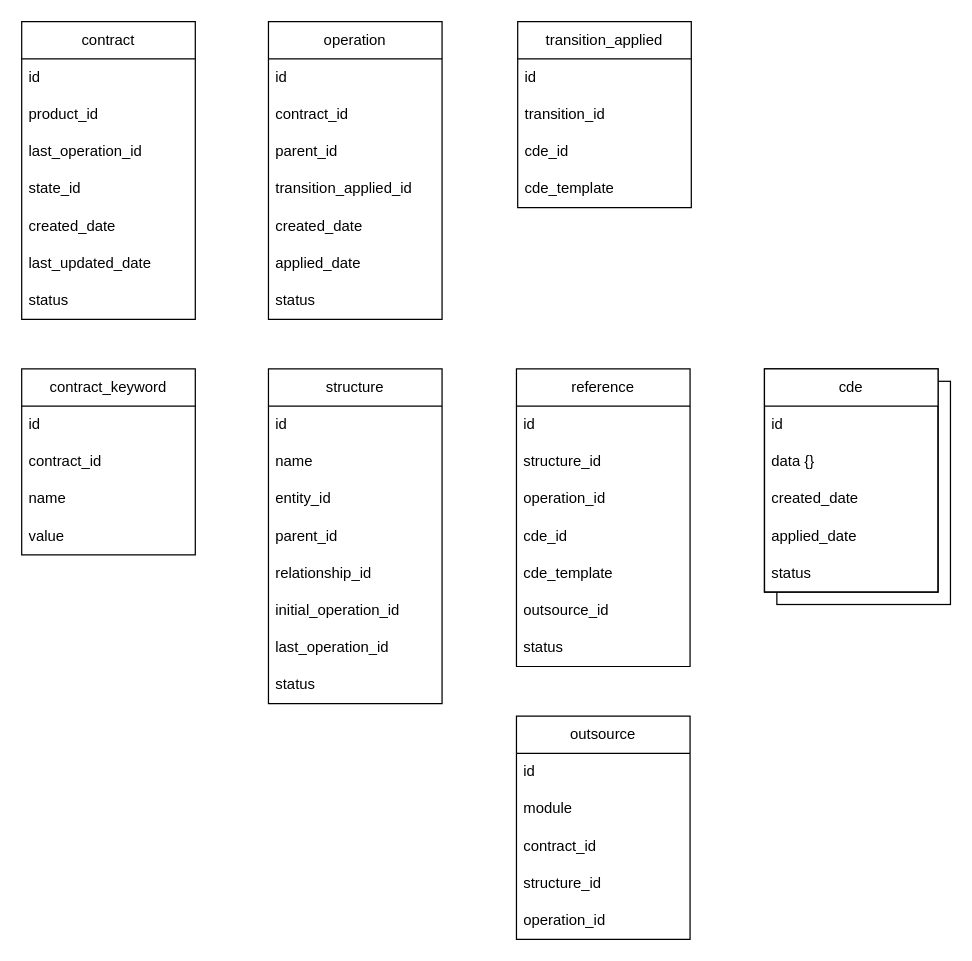
Before: page "contract-tables" (2 of 9) of event.drawio in saman-core/docs, a draw.io diagram. Source tidied: cells renumbered, new cells numbered last; positions are measured from the earlier drawing's top-left corner, leaving out a move shared by most shapes. Both pictures are drawn from the tidied source at 124%, with x=0, y=0 at pixel (21, 21).
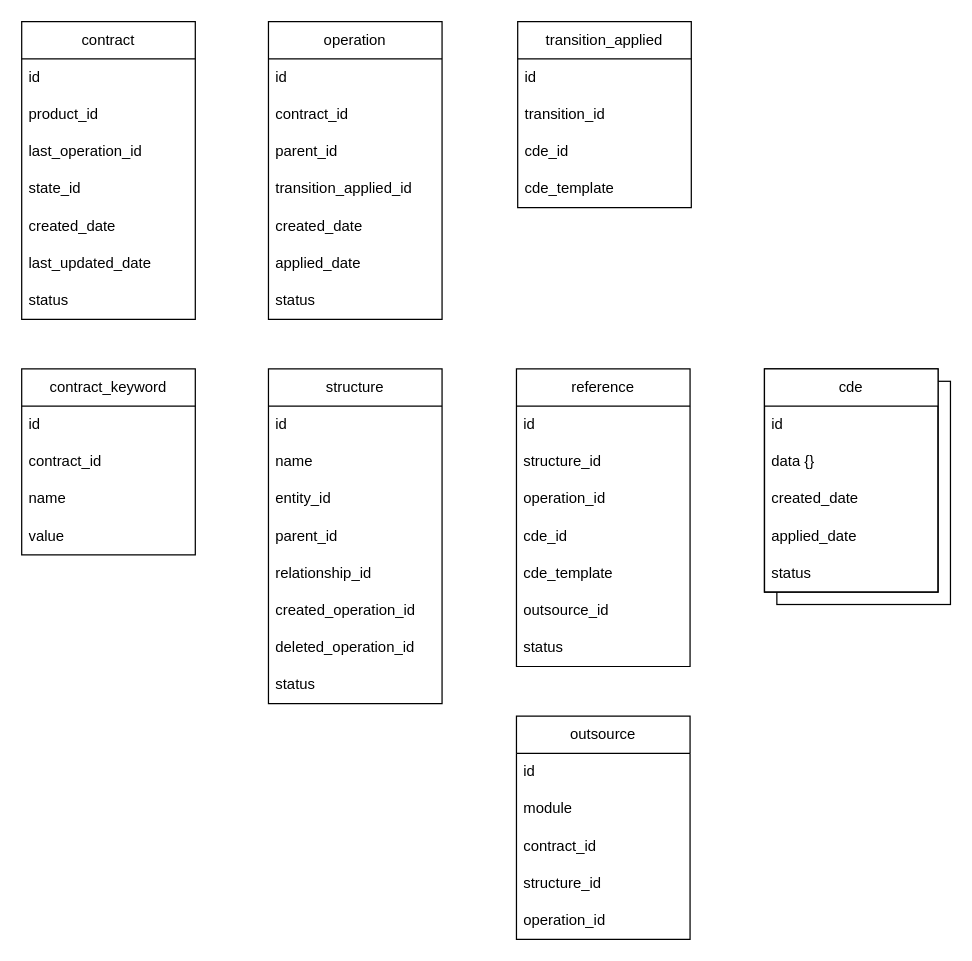
After the change.

The change refers to these unchanged cells:
```xml
<mxCell id="44" value="&lt;span style=&quot;text-align: left;&quot;&gt;structure&lt;/span&gt;" style="swimlane;fontStyle=0;horizontal=1;startSize=30;whiteSpace=wrap;html=1;" parent="1" vertex="1">
  <mxGeometry x="199" y="280" width="140" height="270" as="geometry" />
</mxCell>
```

Diff of the diagram source:
```diff
@@
-    <mxCell id="50" value="initial_operation_id" style="text;strokeColor=none;fillColor=none;align=left;verticalAlign=middle;spacingLeft=4;spacingRight=4;overflow=hidden;whiteSpace=wrap;html=1;" parent="44" vertex="1">
+    <mxCell id="50" value="created_operation_id" style="text;strokeColor=none;fillColor=none;align=left;verticalAlign=middle;spacingLeft=4;spacingRight=4;overflow=hidden;whiteSpace=wrap;html=1;" parent="44" vertex="1">
       <mxGeometry y="180" width="140" height="30" as="geometry" />
     </mxCell>
-    <mxCell id="51" value="last_operation_id" style="text;strokeColor=none;fillColor=none;align=left;verticalAlign=middle;spacingLeft=4;spacingRight=4;overflow=hidden;whiteSpace=wrap;html=1;" parent="44" vertex="1">
+    <mxCell id="51" value="deleted_operation_id" style="text;strokeColor=none;fillColor=none;align=left;verticalAlign=middle;spacingLeft=4;spacingRight=4;overflow=hidden;whiteSpace=wrap;html=1;" parent="44" vertex="1">
       <mxGeometry y="210" width="140" height="30" as="geometry" />
     </mxCell>
```
